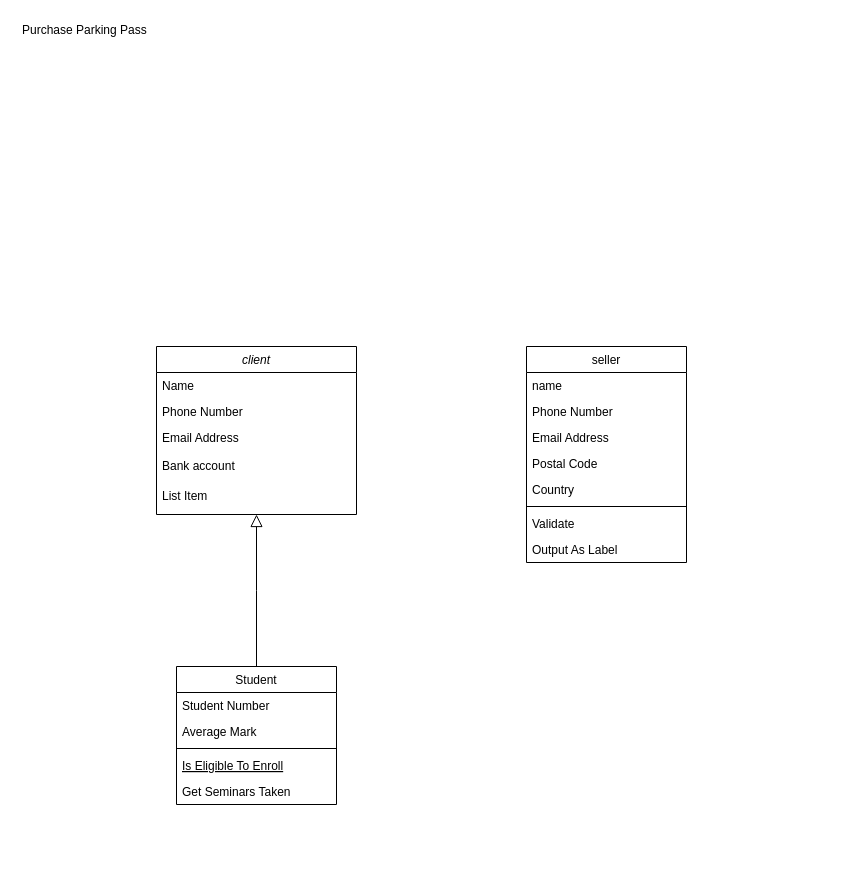
Lies20/backend keeps this draw.io diagram as Untitled Diagram.drawio. Above is the earlier version. Source tidied: cells renumbered, new cells numbered last; positions are measured from the earlier drawing's top-left corner, leaving out a move shared by most shapes. Both pictures are drawn from the tidied source at 100%, with x=0, y=0 at pixel (16, 16).
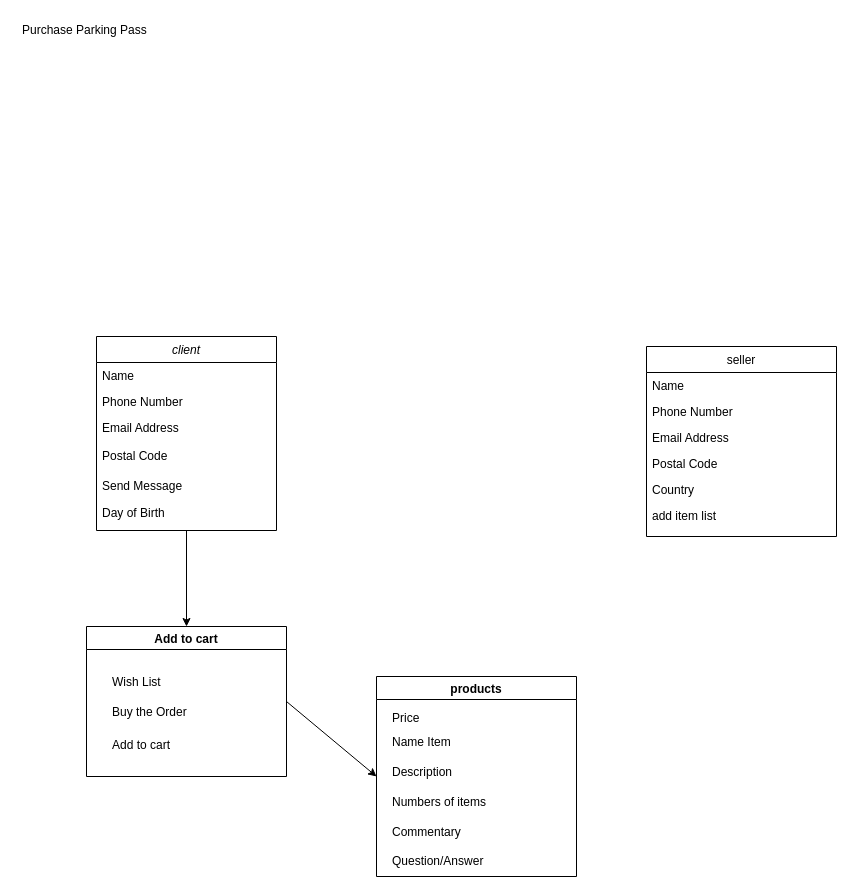
The same diagram, later.

Change to the diagram source:
```diff
@@
     <mxCell id="2" value="client" style="swimlane;fontStyle=2;align=center;verticalAlign=top;horizontal=1;startSize=26;rounded=0;shadow=0;strokeWidth=1;" parent="1" vertex="1">
-      <mxGeometry x="140" y="330" width="200" height="168" as="geometry" />
+      <mxGeometry x="80" y="320" width="180" height="194" as="geometry" />
     </mxCell>
     <mxCell id="3" value="Name" style="text;align=left;verticalAlign=top;spacingLeft=4;spacingRight=4;overflow=hidden;" parent="2" vertex="1">
-      <mxGeometry y="26" width="200" height="26" as="geometry" />
+      <mxGeometry y="26" width="180" height="26" as="geometry" />
     </mxCell>
     <mxCell id="4" value="Phone Number" style="text;align=left;verticalAlign=top;spacingLeft=4;spacingRight=4;overflow=hidden;rounded=0;shadow=0;html=0;" parent="2" vertex="1">
-      <mxGeometry y="52" width="200" height="26" as="geometry" />
+      <mxGeometry y="52" width="180" height="26" as="geometry" />
     </mxCell>
     <mxCell id="5" value="Email Address" style="text;align=left;verticalAlign=top;spacingLeft=4;spacingRight=4;overflow=hidden;rounded=0;shadow=0;html=0;" parent="2" vertex="1">
-      <mxGeometry y="78" width="200" height="26" as="geometry" />
+      <mxGeometry y="78" width="180" height="26" as="geometry" />
     </mxCell>
-    <mxCell id="6" value="Bank account" style="text;strokeColor=none;fillColor=none;align=left;verticalAlign=middle;spacingLeft=4;spacingRight=4;overflow=hidden;" parent="2" vertex="1">
-      <mxGeometry y="104" width="200" height="30" as="geometry" />
-    </mxCell>
-    <mxCell id="7" value="List Item" style="text;strokeColor=none;fillColor=none;align=left;verticalAlign=middle;spacingLeft=4;spacingRight=4;overflow=hidden;" parent="2" vertex="1">
-      <mxGeometry y="134" width="200" height="30" as="geometry" />
-    </mxCell>
-    <mxCell id="8" value="Student" style="swimlane;fontStyle=0;align=center;verticalAlign=top;horizontal=1;startSize=26;rounded=0;shadow=0;strokeWidth=1;" parent="1" vertex="1">
-      <mxGeometry x="160" y="650" width="160" height="138" as="geometry" />
-    </mxCell>
-    <mxCell id="9" value="Student Number" style="text;align=left;verticalAlign=top;spacingLeft=4;spacingRight=4;overflow=hidden;" parent="8" vertex="1">
-      <mxGeometry y="26" width="160" height="26" as="geometry" />
-    </mxCell>
-    <mxCell id="10" value="Average Mark" style="text;align=left;verticalAlign=top;spacingLeft=4;spacingRight=4;overflow=hidden;rounded=0;shadow=0;html=0;" parent="8" vertex="1">
-      <mxGeometry y="52" width="160" height="26" as="geometry" />
-    </mxCell>
-    <mxCell id="11" style="line;html=1;strokeWidth=1;align=left;verticalAlign=middle;spacingTop=-1;spacingLeft=3;spacingRight=3;labelPosition=right;" parent="8" vertex="1">
-      <mxGeometry y="78" width="160" height="8" as="geometry" />
-    </mxCell>
-    <mxCell id="12" value="Is Eligible To Enroll" style="text;align=left;verticalAlign=top;spacingLeft=4;spacingRight=4;overflow=hidden;fontStyle=4;" parent="8" vertex="1">
-      <mxGeometry y="86" width="160" height="26" as="geometry" />
-    </mxCell>
-    <mxCell id="13" value="Get Seminars Taken" style="text;align=left;verticalAlign=top;spacingLeft=4;spacingRight=4;overflow=hidden;" parent="8" vertex="1">
-      <mxGeometry y="112" width="160" height="26" as="geometry" />
-    </mxCell>
-    <mxCell id="14" style="endArrow=block;endSize=10;endFill=0;shadow=0;strokeWidth=1;rounded=0;edgeStyle=elbowEdgeStyle;elbow=vertical;" parent="1" edge="1" source="8" target="2">
-      <mxGeometry relative="1" as="geometry" />
-    </mxCell>
+    <mxCell id="25" value="Postal Code" style="text;strokeColor=none;fillColor=none;align=left;verticalAlign=middle;spacingLeft=4;spacingRight=4;overflow=hidden;" parent="2" vertex="1">
+      <mxGeometry y="104" width="180" height="30" as="geometry" />
+    </mxCell>
+    <mxCell id="26" value="Send Message" style="text;strokeColor=none;fillColor=none;align=left;verticalAlign=middle;spacingLeft=4;spacingRight=4;overflow=hidden;" parent="2" vertex="1">
+      <mxGeometry y="134" width="180" height="30" as="geometry" />
+    </mxCell>
     <mxCell id="15" value="seller" style="swimlane;fontStyle=0;align=center;verticalAlign=top;horizontal=1;startSize=26;rounded=0;shadow=0;strokeWidth=1;" parent="1" vertex="1">
-      <mxGeometry x="510" y="330" width="160" height="216" as="geometry" />
+      <mxGeometry x="630" y="330" width="190" height="190" as="geometry" />
     </mxCell>
-    <mxCell id="16" value="name" style="text;align=left;verticalAlign=top;spacingLeft=4;spacingRight=4;overflow=hidden;" parent="15" vertex="1">
-      <mxGeometry y="26" width="160" height="26" as="geometry" />
+    <mxCell id="16" value="Name" style="text;align=left;verticalAlign=top;spacingLeft=4;spacingRight=4;overflow=hidden;" parent="15" vertex="1">
+      <mxGeometry y="26" width="190" height="26" as="geometry" />
     </mxCell>
     <mxCell id="17" value="Phone Number" style="text;align=left;verticalAlign=top;spacingLeft=4;spacingRight=4;overflow=hidden;rounded=0;shadow=0;html=0;" parent="15" vertex="1">
-      <mxGeometry y="52" width="160" height="26" as="geometry" />
+      <mxGeometry y="52" width="190" height="26" as="geometry" />
     </mxCell>
     <mxCell id="18" value="Email Address" style="text;align=left;verticalAlign=top;spacingLeft=4;spacingRight=4;overflow=hidden;rounded=0;shadow=0;html=0;" parent="15" vertex="1">
-      <mxGeometry y="78" width="160" height="26" as="geometry" />
+      <mxGeometry y="78" width="190" height="26" as="geometry" />
     </mxCell>
     <mxCell id="19" value="Postal Code" style="text;align=left;verticalAlign=top;spacingLeft=4;spacingRight=4;overflow=hidden;rounded=0;shadow=0;html=0;" parent="15" vertex="1">
-      <mxGeometry y="104" width="160" height="26" as="geometry" />
+      <mxGeometry y="104" width="190" height="26" as="geometry" />
     </mxCell>
     <mxCell id="20" value="Country" style="text;align=left;verticalAlign=top;spacingLeft=4;spacingRight=4;overflow=hidden;rounded=0;shadow=0;html=0;" parent="15" vertex="1">
-      <mxGeometry y="130" width="160" height="26" as="geometry" />
+      <mxGeometry y="130" width="190" height="26" as="geometry" />
     </mxCell>
-    <mxCell id="21" style="line;html=1;strokeWidth=1;align=left;verticalAlign=middle;spacingTop=-1;spacingLeft=3;spacingRight=3;labelPosition=right;" parent="15" vertex="1">
-      <mxGeometry y="156" width="160" height="8" as="geometry" />
-    </mxCell>
-    <mxCell id="22" value="Validate" style="text;align=left;verticalAlign=top;spacingLeft=4;spacingRight=4;overflow=hidden;" parent="15" vertex="1">
-      <mxGeometry y="164" width="160" height="26" as="geometry" />
+    <mxCell id="22" value="add item list" style="text;align=left;verticalAlign=top;spacingLeft=4;spacingRight=4;overflow=hidden;" parent="15" vertex="1">
+      <mxGeometry y="156" width="190" height="26" as="geometry" />
     </mxCell>
-    <mxCell id="23" value="Output As Label" style="text;align=left;verticalAlign=top;spacingLeft=4;spacingRight=4;overflow=hidden;" parent="15" vertex="1">
-      <mxGeometry y="190" width="160" height="26" as="geometry" />
-    </mxCell>
@@
+    <mxCell id="27" value="products" style="swimlane;" parent="1" vertex="1">
+      <mxGeometry x="360" y="660" width="200" height="200" as="geometry" />
+    </mxCell>
+    <mxCell id="28" value="Price" style="text;strokeColor=none;fillColor=none;align=left;verticalAlign=middle;spacingLeft=4;spacingRight=4;overflow=hidden;" parent="27" vertex="1">
+      <mxGeometry x="10" y="26" width="80" height="30" as="geometry" />
+    </mxCell>
+    <mxCell id="29" value="Name Item" style="text;strokeColor=none;fillColor=none;align=left;verticalAlign=middle;spacingLeft=4;spacingRight=4;overflow=hidden;" parent="27" vertex="1">
+      <mxGeometry x="10" y="50" width="80" height="30" as="geometry" />
+    </mxCell>
+    <mxCell id="30" value="Description" style="text;strokeColor=none;fillColor=none;align=left;verticalAlign=middle;spacingLeft=4;spacingRight=4;overflow=hidden;" parent="27" vertex="1">
+      <mxGeometry x="10" y="80" width="80" height="30" as="geometry" />
+    </mxCell>
+    <mxCell id="31" value="Numbers of items" style="text;strokeColor=none;fillColor=none;align=left;verticalAlign=middle;spacingLeft=4;spacingRight=4;overflow=hidden;" parent="27" vertex="1">
+      <mxGeometry x="10" y="110" width="110" height="30" as="geometry" />
+    </mxCell>
+    <mxCell id="32" value="Commentary" style="text;strokeColor=none;fillColor=none;align=left;verticalAlign=middle;spacingLeft=4;spacingRight=4;overflow=hidden;" parent="27" vertex="1">
+      <mxGeometry x="10" y="140" width="80" height="30" as="geometry" />
+    </mxCell>
+    <mxCell id="33" value="Question/Answer" style="text;strokeColor=none;fillColor=none;align=left;verticalAlign=middle;spacingLeft=4;spacingRight=4;overflow=hidden;" parent="27" vertex="1">
+      <mxGeometry x="10" y="169" width="110" height="30" as="geometry" />
+    </mxCell>
+    <mxCell id="34" value="Add to cart " style="swimlane;" parent="1" vertex="1">
+      <mxGeometry x="70" y="610" width="200" height="150" as="geometry" />
+    </mxCell>
+    <mxCell id="35" value="Wish List" style="text;strokeColor=none;fillColor=none;align=left;verticalAlign=middle;spacingLeft=4;spacingRight=4;overflow=hidden;" parent="34" vertex="1">
+      <mxGeometry x="20" y="40" width="80" height="30" as="geometry" />
+    </mxCell>
+    <mxCell id="36" value="Add to cart &#10;" style="text;strokeColor=none;fillColor=none;align=left;verticalAlign=middle;spacingLeft=4;spacingRight=4;overflow=hidden;" parent="34" vertex="1">
+      <mxGeometry x="20" y="110" width="80" height="30" as="geometry" />
+    </mxCell>
+    <mxCell id="37" value="Buy the Order" style="text;strokeColor=none;fillColor=none;align=left;verticalAlign=middle;spacingLeft=4;spacingRight=4;overflow=hidden;" parent="34" vertex="1">
+      <mxGeometry x="20" y="70" width="90" height="30" as="geometry" />
+    </mxCell>
+    <mxCell id="38" style="endArrow=classic;html=1;rounded=0;exitX=0.5;exitY=1;exitDx=0;exitDy=0;entryX=0.5;entryY=0;entryDx=0;entryDy=0;" parent="1" edge="1" source="2" target="34">
+      <mxGeometry relative="1" as="geometry" />
+    </mxCell>
+    <mxCell id="39" style="endArrow=classic;html=1;rounded=0;exitX=1;exitY=0.5;exitDx=0;exitDy=0;entryX=0;entryY=0.5;entryDx=0;entryDy=0;" parent="1" edge="1" source="34" target="27">
+      <mxGeometry relative="1" as="geometry" />
+    </mxCell>
+    <mxCell id="40" value="Day of Birth" style="text;strokeColor=none;fillColor=none;align=left;verticalAlign=middle;spacingLeft=4;spacingRight=4;overflow=hidden;" parent="1" vertex="1">
+      <mxGeometry x="80" y="481" width="80" height="30" as="geometry" />
+    </mxCell>
```
